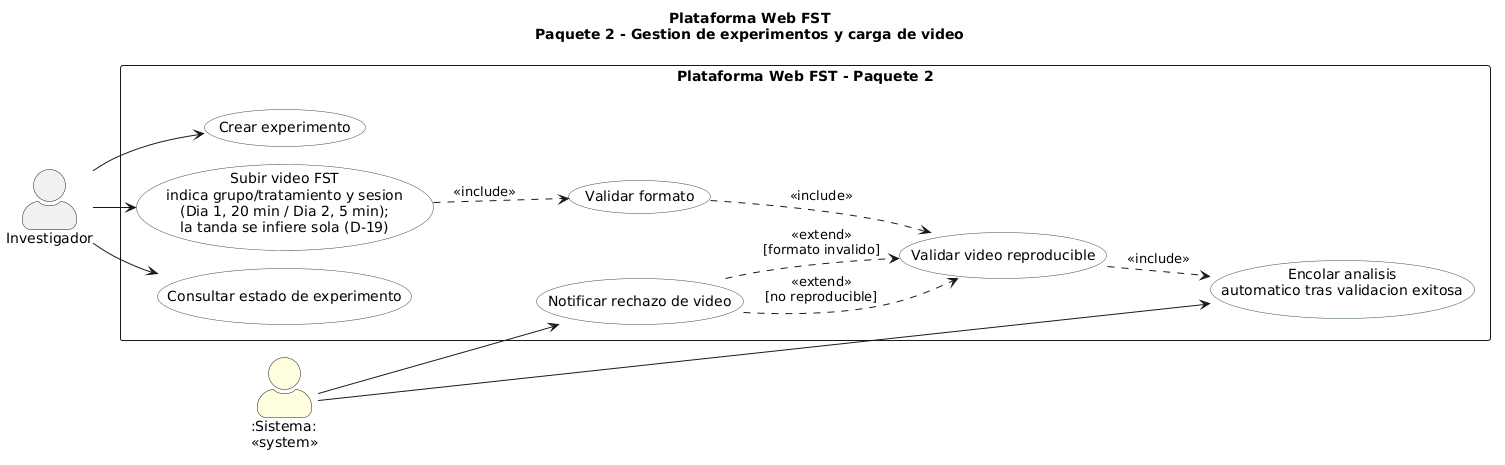
Above: figures/mermaid/cu_paquete2.png in ErickJester/fst-ai-system-latex (PlantUML), before the change. The source it was exported from:
```plantuml
@startuml
!pragma layout smetana
title Plataforma Web FST\nPaquete 2 - Gestion de experimentos y carga de video
left to right direction
skinparam packageStyle rectangle
skinparam actorStyle awesome
skinparam usecase {
  BackgroundColor White
  BorderColor DarkSlateGray
}
actor "Investigador" as INV
actor ":Sistema:\n<<system>>" as SYS #LightYellow
rectangle "Plataforma Web FST - Paquete 2" {
  usecase "Crear experimento" as UC21
  usecase "Subir video FST\nindica grupo/tratamiento y sesion\n(Dia 1, 20 min / Dia 2, 5 min);\nla tanda se infiere sola (D-19)" as UC22
  usecase "Validar formato" as UC23
  usecase "Validar video reproducible" as UC24
  usecase "Encolar analisis\nautomatico tras validacion exitosa" as UC25
  usecase "Notificar rechazo de video" as UC26
  usecase "Consultar estado de experimento" as UC27
}
INV --> UC21
INV --> UC22
INV --> UC27
SYS --> UC25
SYS --> UC26
UC22 ..> UC23 : <<include>>
UC23 ..> UC24 : <<include>>
UC24 ..> UC25 : <<include>>
UC26 ..> UC24 : <<extend>>\n[no reproducible]
UC26 ..> UC24 : <<extend>>\n[formato invalido]
@enduml
```
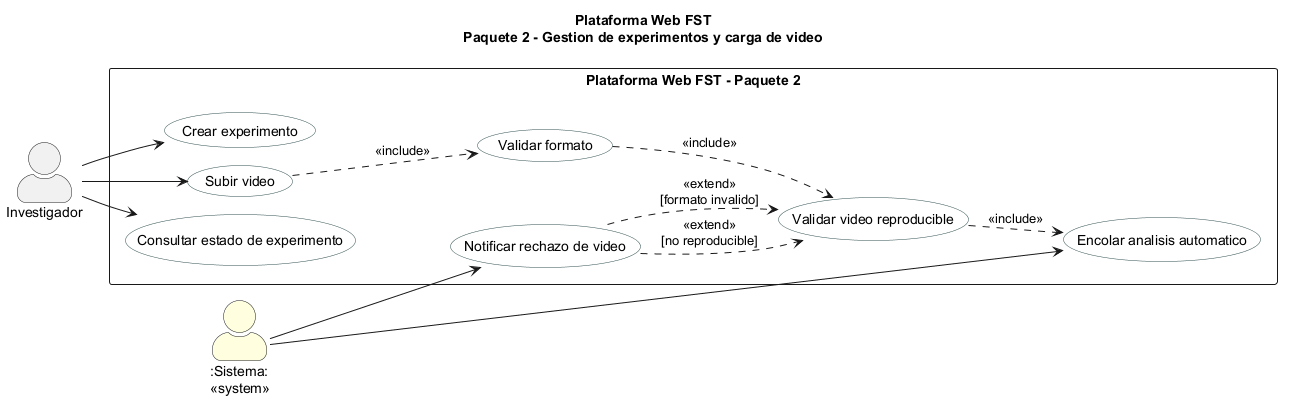
After the change.

The edit, as a diff of the source:
```diff
@@ -12,10 +12,10 @@
 actor ":Sistema:\n<<system>>" as SYS #LightYellow
 rectangle "Plataforma Web FST - Paquete 2" {
   usecase "Crear experimento" as UC21
-  usecase "Subir video FST\nindica grupo/tratamiento y sesion\n(Dia 1, 20 min / Dia 2, 5 min);\nla tanda se infiere sola (D-19)" as UC22
+  usecase "Subir video" as UC22
   usecase "Validar formato" as UC23
   usecase "Validar video reproducible" as UC24
-  usecase "Encolar analisis\nautomatico tras validacion exitosa" as UC25
+  usecase "Encolar analisis automatico" as UC25
   usecase "Notificar rechazo de video" as UC26
   usecase "Consultar estado de experimento" as UC27
 }
```
